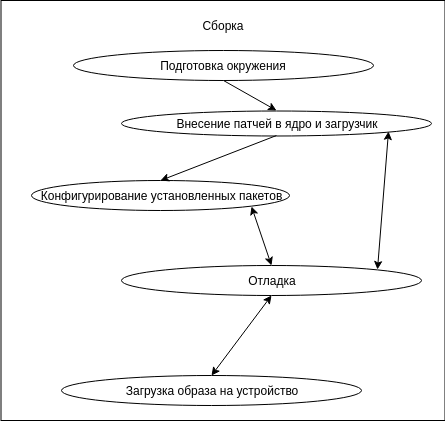
This is src/images/dev_process.png from yashin-alexander/diploma-2019, a draw.io export, as it was before one commit. Source tidied: cells renumbered, new cells last; positions are measured from the earlier drawing's top-left corner, leaving out a move shared by most shapes. Its diagram source:
```xml
<mxGraphModel>
  <root>
    <mxCell id="0" />
    <mxCell id="1" parent="0" />
    <mxCell id="2" style="rounded=0;whiteSpace=wrap;html=1;" parent="1" vertex="1">
      <mxGeometry x="-0.5" width="444" height="420" as="geometry" />
    </mxCell>
    <mxCell id="3" value="Сборка" style="text;html=1;strokeColor=none;fillColor=none;align=center;verticalAlign=middle;whiteSpace=wrap;rounded=0;" parent="1" vertex="1">
      <mxGeometry x="148" y="15" width="147" height="20" as="geometry" />
    </mxCell>
    <mxCell id="4" value="Подготовка окружения" style="ellipse;whiteSpace=wrap;html=1;" parent="1" vertex="1">
      <mxGeometry x="71.5" y="50" width="300" height="30" as="geometry" />
    </mxCell>
    <mxCell id="5" value="Внесение патчей в ядро и загрузчик" style="ellipse;whiteSpace=wrap;html=1;" parent="1" vertex="1">
      <mxGeometry x="120" y="110" width="310" height="25" as="geometry" />
    </mxCell>
    <mxCell id="6" value="Отладка" style="ellipse;whiteSpace=wrap;html=1;" parent="1" vertex="1">
      <mxGeometry x="120" y="265" width="300" height="30" as="geometry" />
    </mxCell>
    <mxCell id="7" value="Конфигурирование установленных пакетов" style="ellipse;whiteSpace=wrap;html=1;" parent="1" vertex="1">
      <mxGeometry x="30" y="180" width="258" height="30" as="geometry" />
    </mxCell>
    <mxCell id="8" value="Загрузка образа на устройство" style="ellipse;whiteSpace=wrap;html=1;" parent="1" vertex="1">
      <mxGeometry x="60" y="375" width="300" height="30" as="geometry" />
    </mxCell>
    <mxCell id="9" style="endArrow=classic;html=1;entryX=0.5;entryY=0;entryDx=0;entryDy=0;exitX=0.5;exitY=1;exitDx=0;exitDy=0;" parent="1" edge="1" source="4" target="5">
      <mxGeometry relative="1" as="geometry" />
    </mxCell>
    <mxCell id="10" style="endArrow=classic;startArrow=classic;html=1;entryX=1;entryY=1;entryDx=0;entryDy=0;exitX=0.5;exitY=0;exitDx=0;exitDy=0;" parent="1" edge="1" source="6" target="7">
      <mxGeometry relative="1" as="geometry" />
    </mxCell>
    <mxCell id="11" style="endArrow=classic;startArrow=classic;html=1;entryX=1;entryY=1;entryDx=0;entryDy=0;exitX=1;exitY=0;exitDx=0;exitDy=0;" parent="1" edge="1" source="6" target="5">
      <mxGeometry relative="1" as="geometry" />
    </mxCell>
    <mxCell id="12" style="endArrow=classic;html=1;exitX=0.5;exitY=1;exitDx=0;exitDy=0;entryX=0.5;entryY=0;entryDx=0;entryDy=0;" parent="1" edge="1" source="5" target="7">
      <mxGeometry relative="1" as="geometry" />
    </mxCell>
    <mxCell id="13" style="endArrow=classic;startArrow=classic;html=1;entryX=0.5;entryY=1;entryDx=0;entryDy=0;exitX=0.5;exitY=0;exitDx=0;exitDy=0;" parent="1" edge="1" source="8" target="6">
      <mxGeometry relative="1" as="geometry" />
    </mxCell>
  </root>
</mxGraphModel>
```
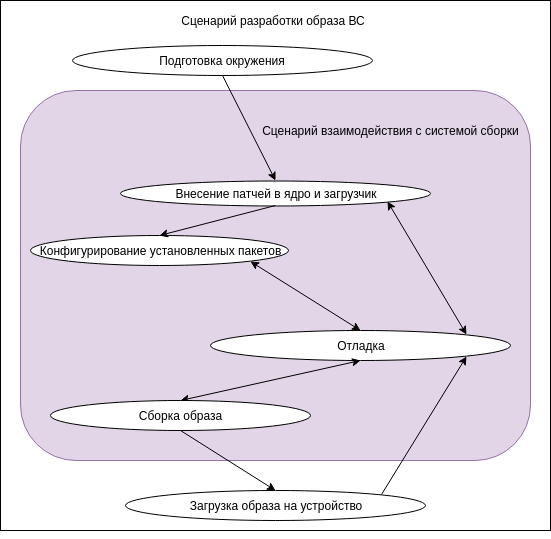
After the commit.

Commit message:
src: images: remove `image_build` update `dev_process` picture

Diff of the diagram source:
```diff
@@ -3,25 +3,28 @@
     <mxCell id="0" />
     <mxCell id="1" parent="0" />
     <mxCell id="2" style="rounded=0;whiteSpace=wrap;html=1;" parent="1" vertex="1">
-      <mxGeometry x="-0.5" width="444" height="420" as="geometry" />
+      <mxGeometry y="-25" width="550" height="530" as="geometry" />
     </mxCell>
+    <mxCell id="14" style="rounded=1;whiteSpace=wrap;html=1;fillColor=#e1d5e7;strokeColor=#9673a6;" parent="1" vertex="1">
+      <mxGeometry x="20" y="65" width="510" height="370" as="geometry" />
+    </mxCell>
-    <mxCell id="3" value="Сборка" style="text;html=1;strokeColor=none;fillColor=none;align=center;verticalAlign=middle;whiteSpace=wrap;rounded=0;" parent="1" vertex="1">
-      <mxGeometry x="148" y="15" width="147" height="20" as="geometry" />
+    <mxCell id="3" value="Сценарий разработки образа ВС" style="text;html=1;strokeColor=none;fillColor=none;align=center;verticalAlign=middle;whiteSpace=wrap;rounded=0;" parent="1" vertex="1">
+      <mxGeometry x="143" y="-15" width="260" height="20" as="geometry" />
     </mxCell>
     <mxCell id="4" value="Подготовка окружения" style="ellipse;whiteSpace=wrap;html=1;" parent="1" vertex="1">
-      <mxGeometry x="71.5" y="50" width="300" height="30" as="geometry" />
+      <mxGeometry x="71.5" y="20" width="300" height="30" as="geometry" />
     </mxCell>
     <mxCell id="5" value="Внесение патчей в ядро и загрузчик" style="ellipse;whiteSpace=wrap;html=1;" parent="1" vertex="1">
-      <mxGeometry x="120" y="110" width="310" height="25" as="geometry" />
+      <mxGeometry x="120" y="155" width="310" height="25" as="geometry" />
     </mxCell>
     <mxCell id="6" value="Отладка" style="ellipse;whiteSpace=wrap;html=1;" parent="1" vertex="1">
-      <mxGeometry x="120" y="265" width="300" height="30" as="geometry" />
+      <mxGeometry x="210" y="305" width="300" height="30" as="geometry" />
     </mxCell>
     <mxCell id="7" value="Конфигурирование установленных пакетов" style="ellipse;whiteSpace=wrap;html=1;" parent="1" vertex="1">
-      <mxGeometry x="30" y="180" width="258" height="30" as="geometry" />
+      <mxGeometry x="30" y="210" width="258" height="30" as="geometry" />
     </mxCell>
     <mxCell id="8" value="Загрузка образа на устройство" style="ellipse;whiteSpace=wrap;html=1;" parent="1" vertex="1">
-      <mxGeometry x="60" y="375" width="300" height="30" as="geometry" />
+      <mxGeometry x="125" y="465" width="300" height="30" as="geometry" />
     </mxCell>
     <mxCell id="9" style="endArrow=classic;html=1;entryX=0.5;entryY=0;entryDx=0;entryDy=0;exitX=0.5;exitY=1;exitDx=0;exitDy=0;" parent="1" edge="1" source="4" target="5">
       <mxGeometry relative="1" as="geometry" />
@@ -35,8 +38,23 @@
     <mxCell id="12" style="endArrow=classic;html=1;exitX=0.5;exitY=1;exitDx=0;exitDy=0;entryX=0.5;entryY=0;entryDx=0;entryDy=0;" parent="1" edge="1" source="5" target="7">
       <mxGeometry relative="1" as="geometry" />
     </mxCell>
-    <mxCell id="13" style="endArrow=classic;startArrow=classic;html=1;entryX=0.5;entryY=1;entryDx=0;entryDy=0;exitX=0.5;exitY=0;exitDx=0;exitDy=0;" parent="1" edge="1" source="8" target="6">
+    <mxCell id="13" style="endArrow=classic;startArrow=classic;html=1;entryX=0.5;entryY=1;entryDx=0;entryDy=0;exitX=0.5;exitY=0;exitDx=0;exitDy=0;" parent="1" edge="1" source="15" target="6">
       <mxGeometry relative="1" as="geometry" />
     </mxCell>
+    <mxCell id="15" value="Сборка образа" style="ellipse;whiteSpace=wrap;html=1;" parent="1" vertex="1">
+      <mxGeometry x="50" y="375" width="260" height="30" as="geometry" />
+    </mxCell>
+    <mxCell id="16" style="endArrow=classic;html=1;entryX=0.5;entryY=0;entryDx=0;entryDy=0;exitX=0.5;exitY=1;exitDx=0;exitDy=0;" parent="1" edge="1" source="15" target="8">
+      <mxGeometry relative="1" as="geometry" />
+    </mxCell>
+    <mxCell id="17" style="endArrow=classic;html=1;entryX=1;entryY=1;entryDx=0;entryDy=0;exitX=1;exitY=0;exitDx=0;exitDy=0;" parent="1" edge="1" source="8" target="6">
+      <mxGeometry relative="1" as="geometry" />
+    </mxCell>
+    <mxCell id="18" style="edgeStyle=orthogonalEdgeStyle;rounded=0;orthogonalLoop=1;jettySize=auto;html=1;exitX=0.5;exitY=1;exitDx=0;exitDy=0;" parent="1" edge="1" source="2" target="2">
+      <mxGeometry relative="1" as="geometry" />
+    </mxCell>
+    <mxCell id="19" value="Сценарий взаимодействия с системой сборки" style="text;html=1;strokeColor=none;fillColor=none;align=center;verticalAlign=middle;whiteSpace=wrap;rounded=0;" parent="1" vertex="1">
+      <mxGeometry x="260" y="95" width="260" height="20" as="geometry" />
+    </mxCell>
   </root>
 </mxGraphModel>
```
